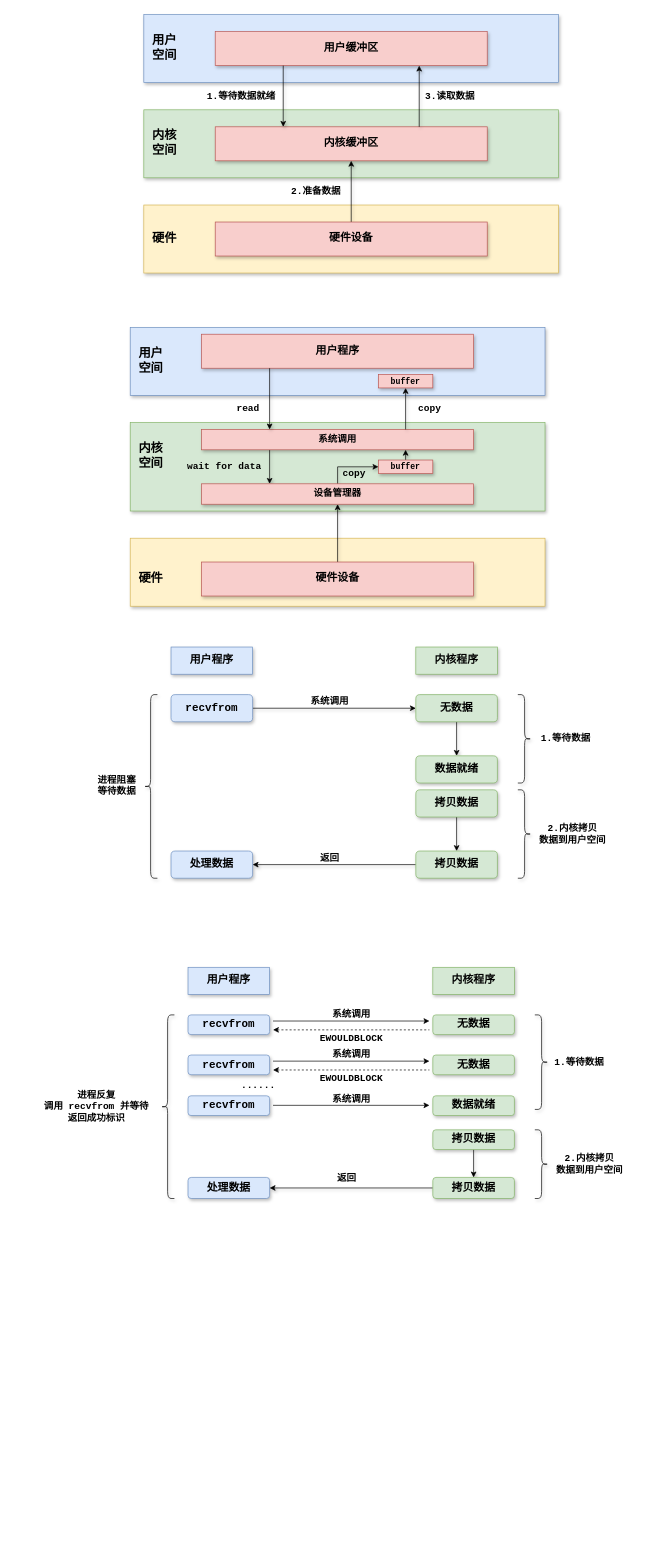
Above: redis.drawio in Ocsio/draw-io (draw.io), before the change. Source tidied: cells renumbered, new cells numbered last; positions are measured from the earlier drawing's top-left corner, leaving out a move shared by most shapes. Both pictures are drawn from the tidied source at 68%, with x=0, y=0 at pixel (35, 14).
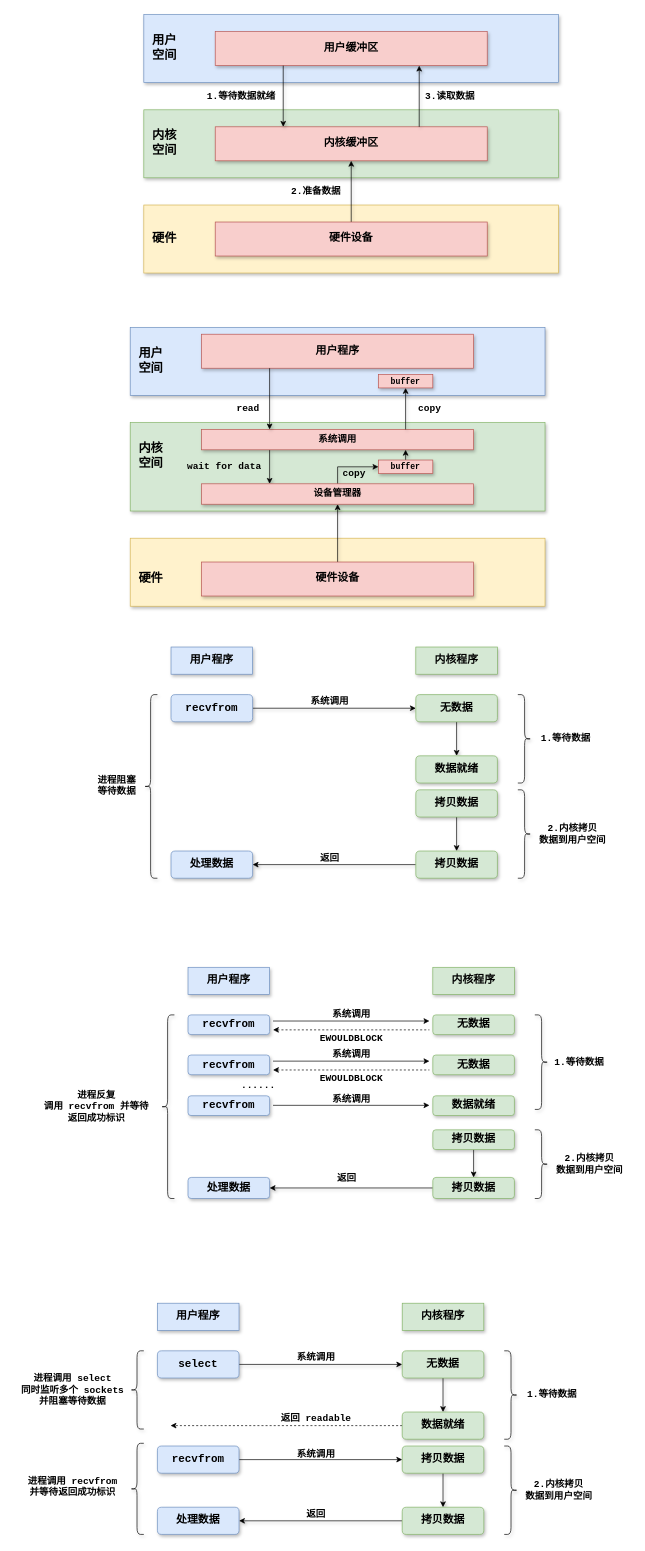
Above is the later version.

Diff of the diagram source:
```diff
@@
+    <mxCell id="90" value="&lt;b&gt;&lt;font style=&quot;font-size: 16px;&quot; face=&quot;Courier New&quot;&gt;用户程序&lt;/font&gt;&lt;/b&gt;" style="rounded=0;whiteSpace=wrap;html=1;fillColor=#dae8fc;strokeColor=#6c8ebf;shadow=1;" parent="1" vertex="1">
+      <mxGeometry x="180" y="1895" width="120" height="40" as="geometry" />
+    </mxCell>
+    <mxCell id="91" value="&lt;b&gt;&lt;font style=&quot;font-size: 16px;&quot; face=&quot;Courier New&quot;&gt;内核程序&lt;/font&gt;&lt;/b&gt;" style="rounded=0;whiteSpace=wrap;html=1;fillColor=#d5e8d4;strokeColor=#82b366;shadow=1;" parent="1" vertex="1">
+      <mxGeometry x="540" y="1895" width="120" height="40" as="geometry" />
+    </mxCell>
+    <mxCell id="92" style="edgeStyle=orthogonalEdgeStyle;rounded=0;jettySize=auto;html=1;shadow=1;" parent="1" edge="1" source="93" target="95">
+      <mxGeometry relative="1" as="geometry" />
+    </mxCell>
+    <mxCell id="93" value="&lt;b&gt;&lt;font style=&quot;font-size: 16px;&quot; face=&quot;Courier New&quot;&gt;select&lt;/font&gt;&lt;/b&gt;" style="rounded=1;whiteSpace=wrap;html=1;fillColor=#dae8fc;strokeColor=#6c8ebf;shadow=1;" parent="1" vertex="1">
+      <mxGeometry x="180" y="1965" width="120" height="40" as="geometry" />
+    </mxCell>
+    <mxCell id="94" style="edgeStyle=orthogonalEdgeStyle;rounded=0;jettySize=auto;html=1;entryX=0.5;entryY=0;entryDx=0;entryDy=0;shadow=1;" parent="1" edge="1" source="95" target="98">
+      <mxGeometry relative="1" as="geometry" />
+    </mxCell>
+    <mxCell id="95" value="&lt;b&gt;&lt;font style=&quot;font-size: 16px;&quot; face=&quot;Courier New&quot;&gt;无数据&lt;/font&gt;&lt;/b&gt;" style="rounded=1;whiteSpace=wrap;html=1;fillColor=#d5e8d4;strokeColor=#82b366;shadow=1;" parent="1" vertex="1">
+      <mxGeometry x="540" y="1965" width="120" height="40" as="geometry" />
+    </mxCell>
+    <mxCell id="96" value="&lt;font size=&quot;1&quot; face=&quot;Courier New&quot;&gt;&lt;b style=&quot;font-size: 14px;&quot;&gt;系统调用&lt;br&gt;&lt;/b&gt;&lt;/font&gt;" style="text;html=1;align=center;verticalAlign=middle;strokeColor=none;fillColor=none;shadow=1;" parent="1" vertex="1">
+      <mxGeometry x="373" y="1960" width="80" height="30" as="geometry" />
+    </mxCell>
+    <mxCell id="97" style="edgeStyle=orthogonalEdgeStyle;rounded=0;jettySize=auto;html=1;dashed=1;" parent="1" edge="1" source="98">
+      <mxGeometry relative="1" as="geometry">
+        <mxPoint x="199.3" y="2075" as="targetPoint" />
+      </mxGeometry>
+    </mxCell>
+    <mxCell id="98" value="&lt;b&gt;&lt;font style=&quot;font-size: 16px;&quot; face=&quot;Courier New&quot;&gt;数据就绪&lt;/font&gt;&lt;/b&gt;" style="rounded=1;whiteSpace=wrap;html=1;fillColor=#d5e8d4;strokeColor=#82b366;shadow=1;" parent="1" vertex="1">
+      <mxGeometry x="540" y="2055" width="120" height="40" as="geometry" />
+    </mxCell>
+    <mxCell id="99" style="shape=curlyBracket;whiteSpace=wrap;html=1;rounded=1;flipH=1;labelPosition=right;verticalLabelPosition=middle;align=left;verticalAlign=middle;shadow=1;" parent="1" vertex="1">
+      <mxGeometry x="690" y="1965" width="20" height="130" as="geometry" />
+    </mxCell>
+    <mxCell id="100" value="&lt;font size=&quot;1&quot; face=&quot;Courier New&quot;&gt;&lt;b style=&quot;font-size: 14px;&quot;&gt;1.等待数据&lt;br&gt;&lt;/b&gt;&lt;/font&gt;" style="text;html=1;align=center;verticalAlign=middle;strokeColor=none;fillColor=none;shadow=1;" parent="1" vertex="1">
+      <mxGeometry x="710" y="2015" width="100" height="30" as="geometry" />
+    </mxCell>
+    <mxCell id="101" style="edgeStyle=orthogonalEdgeStyle;rounded=0;jettySize=auto;html=1;shadow=1;" parent="1" edge="1" source="102" target="104">
+      <mxGeometry relative="1" as="geometry" />
+    </mxCell>
+    <mxCell id="102" value="&lt;b&gt;&lt;font style=&quot;font-size: 16px;&quot; face=&quot;Courier New&quot;&gt;拷贝数据&lt;/font&gt;&lt;/b&gt;" style="rounded=1;whiteSpace=wrap;html=1;fillColor=#d5e8d4;strokeColor=#82b366;shadow=1;" parent="1" vertex="1">
+      <mxGeometry x="540" y="2105" width="120" height="40" as="geometry" />
+    </mxCell>
+    <mxCell id="103" style="edgeStyle=orthogonalEdgeStyle;rounded=0;jettySize=auto;html=1;shadow=1;" parent="1" edge="1" source="104" target="107">
+      <mxGeometry relative="1" as="geometry" />
+    </mxCell>
+    <mxCell id="104" value="&lt;b&gt;&lt;font style=&quot;font-size: 16px;&quot; face=&quot;Courier New&quot;&gt;拷贝数据&lt;/font&gt;&lt;/b&gt;" style="rounded=1;whiteSpace=wrap;html=1;fillColor=#d5e8d4;strokeColor=#82b366;shadow=1;" parent="1" vertex="1">
+      <mxGeometry x="540" y="2195" width="120" height="40" as="geometry" />
+    </mxCell>
+    <mxCell id="105" style="shape=curlyBracket;whiteSpace=wrap;html=1;rounded=1;flipH=1;labelPosition=right;verticalLabelPosition=middle;align=left;verticalAlign=middle;shadow=1;" parent="1" vertex="1">
+      <mxGeometry x="690" y="2105" width="20" height="130" as="geometry" />
+    </mxCell>
+    <mxCell id="106" value="&lt;font size=&quot;1&quot; face=&quot;Courier New&quot;&gt;&lt;b style=&quot;font-size: 14px;&quot;&gt;2.内核拷贝&lt;br&gt;数据到用户空间&lt;br&gt;&lt;/b&gt;&lt;/font&gt;" style="text;html=1;align=center;verticalAlign=middle;strokeColor=none;fillColor=none;shadow=1;" parent="1" vertex="1">
+      <mxGeometry x="710" y="2145" width="120" height="50" as="geometry" />
+    </mxCell>
+    <mxCell id="107" value="&lt;b&gt;&lt;font style=&quot;font-size: 16px;&quot; face=&quot;Courier New&quot;&gt;处理数据&lt;/font&gt;&lt;/b&gt;" style="rounded=1;whiteSpace=wrap;html=1;fillColor=#dae8fc;strokeColor=#6c8ebf;shadow=1;" parent="1" vertex="1">
+      <mxGeometry x="180" y="2195" width="120" height="40" as="geometry" />
+    </mxCell>
+    <mxCell id="108" value="&lt;font size=&quot;1&quot; face=&quot;Courier New&quot;&gt;&lt;b style=&quot;font-size: 14px;&quot;&gt;返回&lt;br&gt;&lt;/b&gt;&lt;/font&gt;" style="text;html=1;align=center;verticalAlign=middle;strokeColor=none;fillColor=none;shadow=1;" parent="1" vertex="1">
+      <mxGeometry x="388" y="2191" width="50" height="30" as="geometry" />
+    </mxCell>
+    <mxCell id="109" style="shape=curlyBracket;whiteSpace=wrap;html=1;rounded=1;labelPosition=left;verticalLabelPosition=middle;align=right;verticalAlign=middle;shadow=1;" parent="1" vertex="1">
+      <mxGeometry x="140" y="1965" width="20" height="115" as="geometry" />
+    </mxCell>
+    <mxCell id="110" value="&lt;font size=&quot;1&quot; face=&quot;Courier New&quot;&gt;&lt;b style=&quot;font-size: 14px;&quot;&gt;进程调用 select&lt;br&gt;同时监听多个 sockets&lt;br&gt;并阻塞等待数据&lt;br&gt;&lt;/b&gt;&lt;/font&gt;" style="text;html=1;align=center;verticalAlign=middle;strokeColor=none;fillColor=none;shadow=1;" parent="1" vertex="1">
+      <mxGeometry x="-30" y="1992.5" width="170" height="60" as="geometry" />
+    </mxCell>
+    <mxCell id="111" value="&lt;font size=&quot;1&quot; face=&quot;Courier New&quot;&gt;&lt;b style=&quot;font-size: 14px;&quot;&gt;返回 readable&lt;br&gt;&lt;/b&gt;&lt;/font&gt;" style="text;html=1;align=center;verticalAlign=middle;strokeColor=none;fillColor=none;shadow=1;" parent="1" vertex="1">
+      <mxGeometry x="352" y="2049" width="122" height="29" as="geometry" />
+    </mxCell>
+    <mxCell id="112" style="edgeStyle=orthogonalEdgeStyle;rounded=0;jettySize=auto;html=1;" parent="1" edge="1" source="113" target="102">
+      <mxGeometry relative="1" as="geometry" />
+    </mxCell>
+    <mxCell id="113" value="&lt;b&gt;&lt;font style=&quot;font-size: 16px;&quot; face=&quot;Courier New&quot;&gt;recvfrom&lt;/font&gt;&lt;/b&gt;" style="rounded=1;whiteSpace=wrap;html=1;fillColor=#dae8fc;strokeColor=#6c8ebf;shadow=1;" parent="1" vertex="1">
+      <mxGeometry x="180" y="2105" width="120" height="40" as="geometry" />
+    </mxCell>
+    <mxCell id="114" value="&lt;font size=&quot;1&quot; face=&quot;Courier New&quot;&gt;&lt;b style=&quot;font-size: 14px;&quot;&gt;系统调用&lt;br&gt;&lt;/b&gt;&lt;/font&gt;" style="text;html=1;align=center;verticalAlign=middle;strokeColor=none;fillColor=none;shadow=1;" parent="1" vertex="1">
+      <mxGeometry x="373" y="2102" width="80" height="30" as="geometry" />
+    </mxCell>
+    <mxCell id="115" value="&lt;font size=&quot;1&quot; face=&quot;Courier New&quot;&gt;&lt;b style=&quot;font-size: 14px;&quot;&gt;进程调用 recvfrom &lt;br&gt;并等待返回成功标识&lt;br&gt;&lt;/b&gt;&lt;/font&gt;" style="text;html=1;align=center;verticalAlign=middle;strokeColor=none;fillColor=none;shadow=1;" parent="1" vertex="1">
+      <mxGeometry x="-25" y="2140" width="160" height="50" as="geometry" />
+    </mxCell>
+    <mxCell id="116" style="shape=curlyBracket;whiteSpace=wrap;html=1;rounded=1;labelPosition=left;verticalLabelPosition=middle;align=right;verticalAlign=middle;shadow=1;" parent="1" vertex="1">
+      <mxGeometry x="140" y="2101" width="20" height="134" as="geometry" />
+    </mxCell>
```
